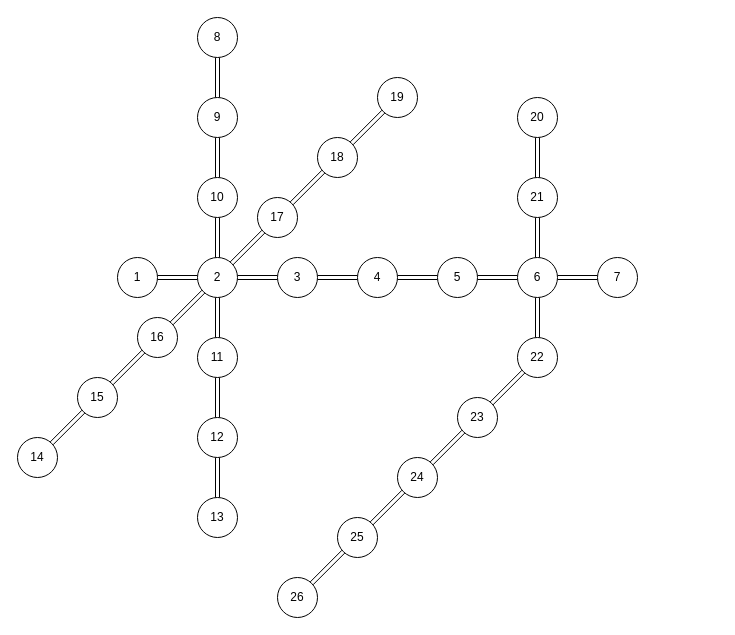
The draw.io diagram docs/stations.drawio in HolmesAmzish/ZhenJiangBusTransferSystem, before the edit. Source tidied: cells renumbered, new cells numbered last; positions are measured from the earlier drawing's top-left corner, leaving out a move shared by most shapes. Both pictures are drawn from the tidied source at 100%, with x=0, y=0 at pixel (17, 17).
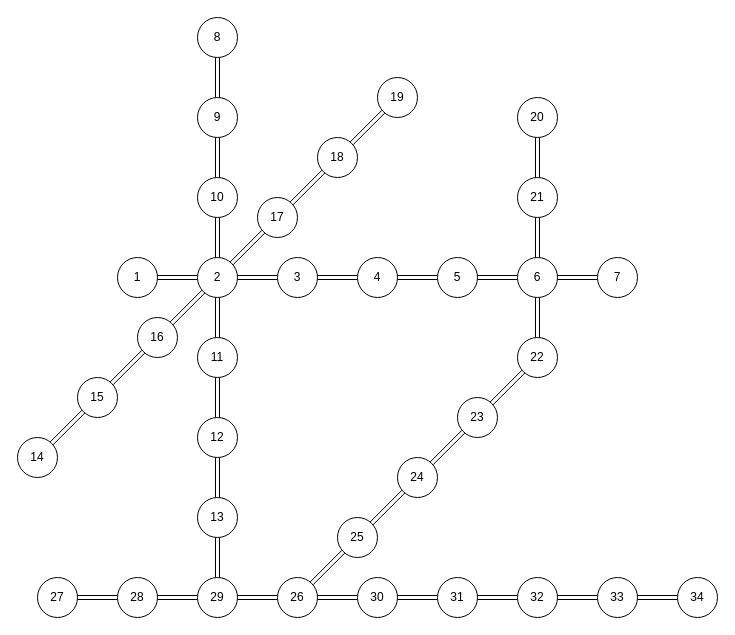
The same diagram, later.

The change refers to these unchanged cells:
```xml
<mxCell id="3" value="1" style="ellipse;whiteSpace=wrap;html=1;" parent="1" vertex="1">
  <mxGeometry x="100" y="240" width="40" height="40" as="geometry" />
</mxCell>
<mxCell id="7" value="2" style="ellipse;whiteSpace=wrap;html=1;" parent="1" vertex="1">
  <mxGeometry x="180" y="240" width="40" height="40" as="geometry" />
</mxCell>
<mxCell id="29" value="13" style="ellipse;whiteSpace=wrap;html=1;" parent="1" vertex="1">
  <mxGeometry x="180" y="480" width="40" height="40" as="geometry" />
</mxCell>
<mxCell id="41" value="26" style="ellipse;whiteSpace=wrap;html=1;" parent="1" vertex="1">
  <mxGeometry x="260" y="560" width="40" height="40" as="geometry" />
</mxCell>
```

What changed in the source:
```diff
@@
-    <mxCell id="2" style="edgeStyle=none;shape=link;html=1;exitX=1;exitY=0.5;exitDx=0;exitDy=0;entryX=0;entryY=0.5;entryDx=0;entryDy=0;" parent="1" edge="1" source="3" target="7">
-      <mxGeometry relative="1" as="geometry" />
+    <mxCell id="2" style="edgeStyle=none;shape=link;html=1;exitX=1;exitY=0.5;exitDx=0;exitDy=0;" parent="1" edge="1" source="3">
+      <mxGeometry relative="1" as="geometry">
+        <mxPoint x="180" y="260" as="targetPoint" />
+      </mxGeometry>
     </mxCell>
@@
+    <mxCell id="54" style="edgeStyle=none;shape=link;html=1;exitX=0.5;exitY=1;exitDx=0;exitDy=0;entryX=0.5;entryY=0;entryDx=0;entryDy=0;" parent="1" edge="1" source="29" target="57">
+      <mxGeometry relative="1" as="geometry" />
+    </mxCell>
@@
+    <mxCell id="55" style="edgeStyle=none;shape=link;html=1;exitX=1;exitY=0.5;exitDx=0;exitDy=0;entryX=0;entryY=0.5;entryDx=0;entryDy=0;" parent="1" edge="1" source="41" target="63">
+      <mxGeometry relative="1" as="geometry" />
+    </mxCell>
@@
+    <mxCell id="56" style="edgeStyle=none;shape=link;html=1;exitX=1;exitY=0.5;exitDx=0;exitDy=0;entryX=0;entryY=0.5;entryDx=0;entryDy=0;" parent="1" edge="1" source="57" target="41">
+      <mxGeometry relative="1" as="geometry" />
+    </mxCell>
+    <mxCell id="57" value="29" style="ellipse;whiteSpace=wrap;html=1;" parent="1" vertex="1">
+      <mxGeometry x="180" y="560" width="40" height="40" as="geometry" />
+    </mxCell>
+    <mxCell id="58" style="edgeStyle=none;shape=link;html=1;exitX=1;exitY=0.5;exitDx=0;exitDy=0;entryX=0;entryY=0.5;entryDx=0;entryDy=0;" parent="1" edge="1" source="59" target="57">
+      <mxGeometry relative="1" as="geometry" />
+    </mxCell>
+    <mxCell id="59" value="28" style="ellipse;whiteSpace=wrap;html=1;" parent="1" vertex="1">
+      <mxGeometry x="100" y="560" width="40" height="40" as="geometry" />
+    </mxCell>
+    <mxCell id="60" style="edgeStyle=none;shape=link;html=1;exitX=1;exitY=0.5;exitDx=0;exitDy=0;entryX=0;entryY=0.5;entryDx=0;entryDy=0;" parent="1" edge="1" source="61" target="59">
+      <mxGeometry relative="1" as="geometry" />
+    </mxCell>
+    <mxCell id="61" value="27" style="ellipse;whiteSpace=wrap;html=1;" parent="1" vertex="1">
+      <mxGeometry x="20" y="560" width="40" height="40" as="geometry" />
+    </mxCell>
+    <mxCell id="62" style="edgeStyle=none;shape=link;html=1;exitX=1;exitY=0.5;exitDx=0;exitDy=0;entryX=0;entryY=0.5;entryDx=0;entryDy=0;" parent="1" edge="1" source="63" target="65">
+      <mxGeometry relative="1" as="geometry" />
+    </mxCell>
+    <mxCell id="63" value="30" style="ellipse;whiteSpace=wrap;html=1;" parent="1" vertex="1">
+      <mxGeometry x="340" y="560" width="40" height="40" as="geometry" />
+    </mxCell>
+    <mxCell id="64" style="edgeStyle=none;shape=link;html=1;exitX=1;exitY=0.5;exitDx=0;exitDy=0;entryX=0;entryY=0.5;entryDx=0;entryDy=0;" parent="1" edge="1" source="65" target="67">
+      <mxGeometry relative="1" as="geometry" />
+    </mxCell>
+    <mxCell id="65" value="31" style="ellipse;whiteSpace=wrap;html=1;" parent="1" vertex="1">
+      <mxGeometry x="420" y="560" width="40" height="40" as="geometry" />
+    </mxCell>
+    <mxCell id="66" style="edgeStyle=none;shape=link;html=1;exitX=1;exitY=0.5;exitDx=0;exitDy=0;entryX=0;entryY=0.5;entryDx=0;entryDy=0;" parent="1" edge="1" source="67" target="69">
+      <mxGeometry relative="1" as="geometry" />
+    </mxCell>
+    <mxCell id="67" value="32" style="ellipse;whiteSpace=wrap;html=1;" parent="1" vertex="1">
+      <mxGeometry x="500" y="560" width="40" height="40" as="geometry" />
+    </mxCell>
+    <mxCell id="68" style="edgeStyle=none;shape=link;html=1;exitX=1;exitY=0.5;exitDx=0;exitDy=0;entryX=0;entryY=0.5;entryDx=0;entryDy=0;" parent="1" edge="1" source="69" target="70">
+      <mxGeometry relative="1" as="geometry" />
+    </mxCell>
+    <mxCell id="69" value="33" style="ellipse;whiteSpace=wrap;html=1;" parent="1" vertex="1">
+      <mxGeometry x="580" y="560" width="40" height="40" as="geometry" />
+    </mxCell>
+    <mxCell id="70" value="34" style="ellipse;whiteSpace=wrap;html=1;" parent="1" vertex="1">
+      <mxGeometry x="660" y="560" width="40" height="40" as="geometry" />
+    </mxCell>
```
